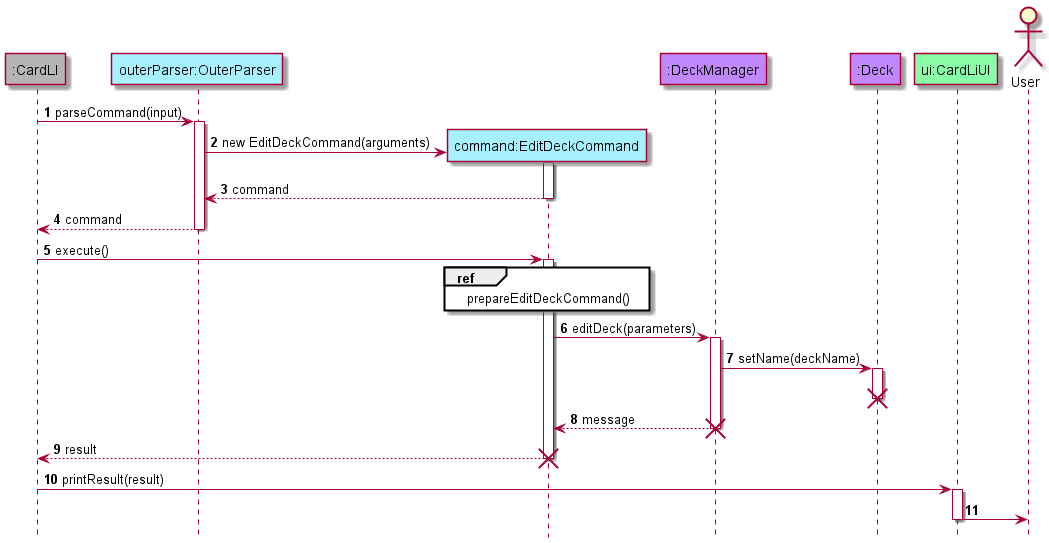
Above: docs/assets/editDeckCommandSeqDiagram.png in xkisxk/tp (PlantUML), before the change.
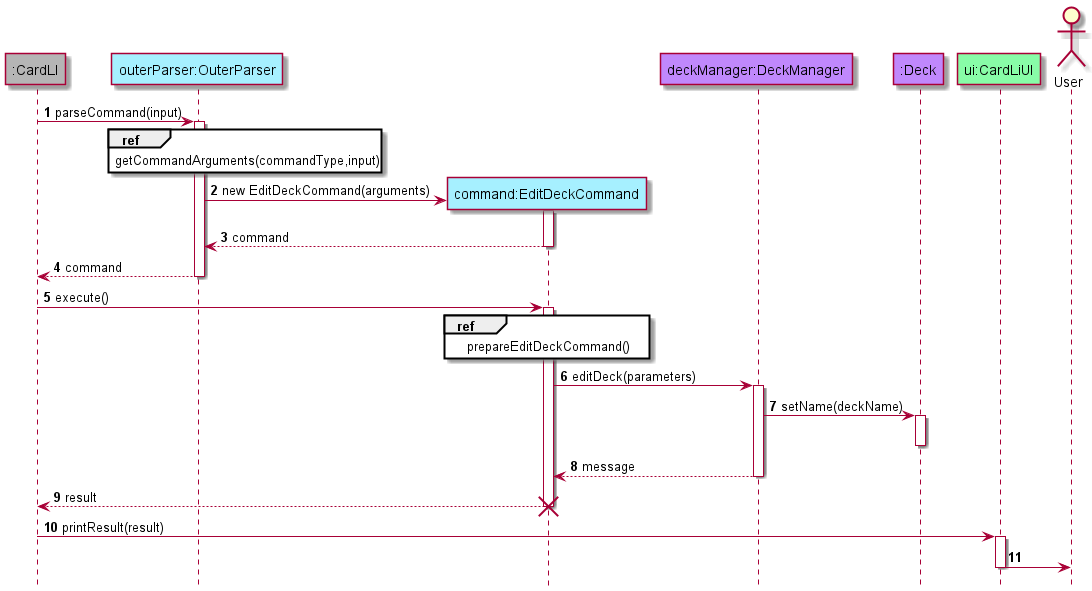
Above is the later version.

The edit, as a diff of the source:
```diff
@@ -7,13 +7,18 @@
 participant ":CardLI" as CardLI mainCOLOUR
 participant "outerParser:OuterParser" as OuterParser logicCOLOUR
 participant "command:EditDeckCommand" as EditDeckCommand logicCOLOUR
-participant ":DeckManager" as DeckManager modelCOLOUR
+participant "deckManager:DeckManager" as DeckManager modelCOLOUR
 participant ":Deck" as Deck modelCOLOUR
 participant "ui:CardLiUI" as CardLiUI uiCOLOUR
 actor "User" as User
 
 CardLI-> OuterParser : parseCommand(input)
 activate OuterParser
+
+ref over OuterParser
+getCommandArguments(commandType,input)
+end ref
+
 OuterParser -> EditDeckCommand**: new EditDeckCommand(arguments)
 activate EditDeckCommand
 EditDeckCommand --> OuterParser: command
@@ -35,12 +40,8 @@
 activate Deck
 deactivate Deck
 
-destroy Deck
-
 DeckManager --> EditDeckCommand: message
 deactivate DeckManager
-
-destroy DeckManager
 
 CardLI<-- EditDeckCommand: result
 deactivate EditDeckCommand
```
